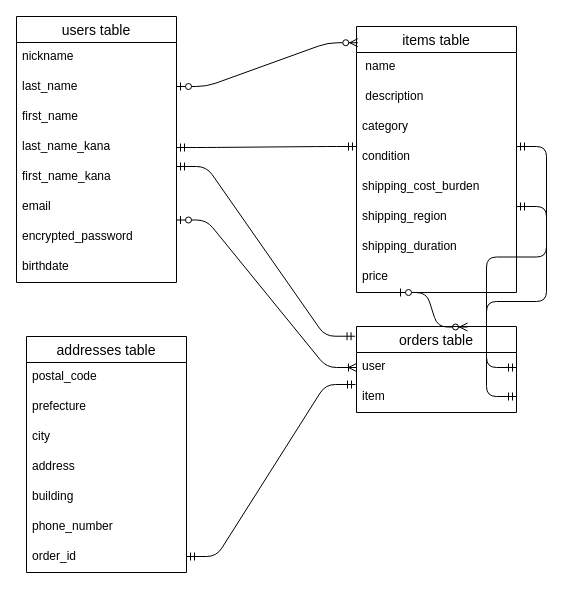
Above: ER.dio in ootakito/furima-40505 (draw.io), before the change. Source tidied: cells renumbered, new cells numbered last; positions are measured from the earlier drawing's top-left corner, leaving out a move shared by most shapes. Both pictures are drawn from the tidied source at 100%, with x=0, y=0 at pixel (16, 16).
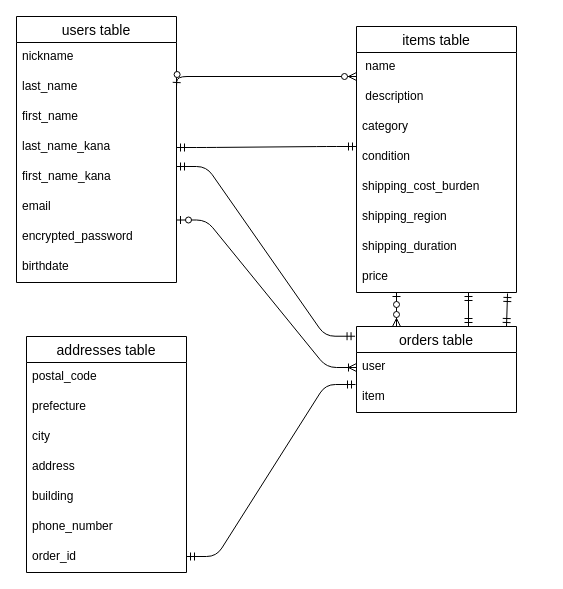
Above is the later version.

Commit message (it also covers changes not shown here):
Amazonの画像テスト

Unchanged cells that the change refers to:
```xml
<mxCell id="11" value="items table" style="swimlane;fontStyle=0;horizontal=1;startSize=26;align=center;fontSize=14;strokeColor=default;fillColor=none;" parent="1" vertex="1">
  <mxGeometry x="340" y="10" width="160" height="266" as="geometry" />
</mxCell>
<mxCell id="12" value=" name&#10;&#10;" style="text;strokeColor=none;fillColor=none;spacingLeft=4;spacingRight=4;overflow=hidden;points=[[0,0.5],[1,0.5]];portConstraint=eastwest;fontSize=12;" parent="11" vertex="1">
  <mxGeometry y="26" width="160" height="30" as="geometry" />
</mxCell>
<mxCell id="20" value="price " style="text;strokeColor=none;fillColor=none;spacingLeft=4;spacingRight=4;overflow=hidden;points=[[0,0.5],[1,0.5]];portConstraint=eastwest;fontSize=12;" parent="11" vertex="1">
  <mxGeometry y="236" width="160" height="30" as="geometry" />
</mxCell>
<mxCell id="21" value="orders table" style="swimlane;fontStyle=0;horizontal=1;startSize=26;align=center;fontSize=14;strokeColor=default;fillColor=none;" parent="1" vertex="1">
  <mxGeometry x="340" y="310" width="160" height="86" as="geometry" />
</mxCell>
```

What changed in the source:
```diff
@@
-    <mxCell id="18" style="edgeStyle=entityRelationEdgeStyle;fontSize=12;html=1;endArrow=ERzeroToMany;startArrow=ERzeroToOne;entryX=0.694;entryY=0.006;entryDx=0;entryDy=0;entryPerimeter=0;" parent="11" edge="1" target="21">
+    <mxCell id="18" style="fontSize=12;html=1;endArrow=ERzeroToMany;startArrow=ERzeroToOne;entryX=0.25;entryY=0;entryDx=0;entryDy=0;" parent="11" edge="1" target="21">
       <mxGeometry relative="1" as="geometry">
         <mxPoint x="40" y="266" as="sourcePoint" />
       </mxGeometry>
     </mxCell>
@@
-    <mxCell id="24" style="edgeStyle=entityRelationEdgeStyle;fontSize=12;html=1;endArrow=ERmandOne;startArrow=ERmandOne;exitX=1;exitY=0.5;exitDx=0;exitDy=0;" parent="21" edge="1">
-      <mxGeometry relative="1" as="geometry">
-        <mxPoint x="160" y="-120" as="sourcePoint" />
-        <mxPoint x="160" y="70" as="targetPoint" />
-      </mxGeometry>
-    </mxCell>
@@
-    <mxCell id="26" style="edgeStyle=entityRelationEdgeStyle;fontSize=12;html=1;endArrow=ERzeroToMany;startArrow=ERzeroToOne;entryX=0.008;entryY=0.061;entryDx=0;entryDy=0;entryPerimeter=0;" parent="1" edge="1" target="11">
+    <mxCell id="26" style="edgeStyle=orthogonalEdgeStyle;fontSize=12;html=1;endArrow=ERzeroToMany;startArrow=ERzeroToOne;entryX=0;entryY=0.8;entryDx=0;entryDy=0;entryPerimeter=0;" parent="1" edge="1" target="12">
       <mxGeometry relative="1" as="geometry">
         <mxPoint x="160" y="70" as="sourcePoint" />
       </mxGeometry>
     </mxCell>
@@
-    <mxCell id="39" style="edgeStyle=entityRelationEdgeStyle;fontSize=12;html=1;endArrow=ERmandOne;startArrow=ERmandOne;" parent="1" edge="1">
-      <mxGeometry relative="1" as="geometry">
-        <mxPoint x="500" y="130" as="sourcePoint" />
-        <mxPoint x="500" y="351" as="targetPoint" />
-      </mxGeometry>
+    <mxCell id="39" style="fontSize=12;html=1;endArrow=ERmandOne;startArrow=ERmandOne;exitX=0.7;exitY=1;exitDx=0;exitDy=0;exitPerimeter=0;entryX=0.7;entryY=0;entryDx=0;entryDy=0;entryPerimeter=0;" parent="1" edge="1" source="20" target="21">
+      <mxGeometry relative="1" as="geometry" />
     </mxCell>
+    <mxCell id="24" style="fontSize=12;html=1;endArrow=ERmandOne;startArrow=ERmandOne;exitX=0.944;exitY=1.033;exitDx=0;exitDy=0;exitPerimeter=0;" parent="1" edge="1" source="20">
+      <mxGeometry relative="1" as="geometry">
+        <mxPoint x="490" y="310" as="targetPoint" />
+      </mxGeometry>
+    </mxCell>
```
